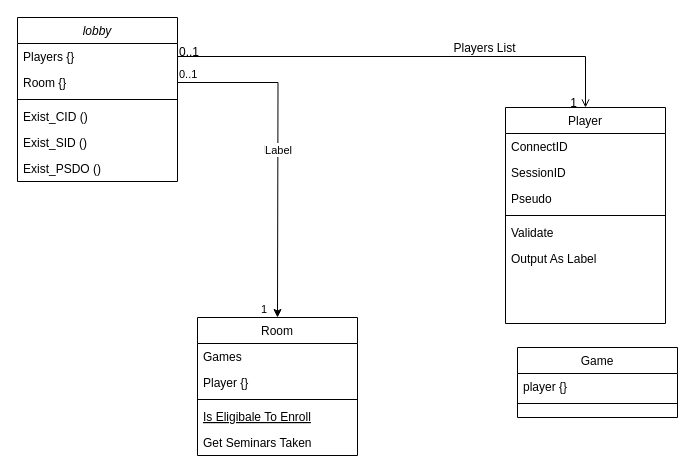
This is Untitled Diagram.drawio from Davonex/Century, a draw.io file, before an edit. Source tidied: cells renumbered, new cells numbered last; positions are measured from the earlier drawing's top-left corner, leaving out a move shared by most shapes. Both pictures are drawn from the tidied source at 100%, with x=0, y=0 at pixel (17, 17).
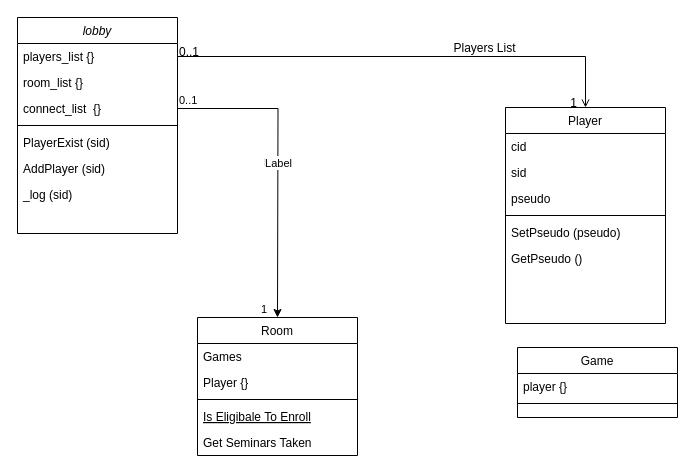
After the change.

Unchanged cells that the change refers to:
```xml
<mxCell id="18" value="Player" style="swimlane;fontStyle=0;align=center;verticalAlign=top;horizontal=1;startSize=26;rounded=0;shadow=0;strokeWidth=1;" parent="1" vertex="1">
  <mxGeometry x="488" y="90" width="160" height="216" as="geometry" />
</mxCell>
```

What changed in the source:
```diff
@@
     <mxCell id="2" value="lobby" style="swimlane;fontStyle=2;align=center;verticalAlign=top;horizontal=1;startSize=26;rounded=0;shadow=0;strokeWidth=1;" parent="1" vertex="1">
-      <mxGeometry width="160" height="164" as="geometry" />
+      <mxGeometry width="160" height="216" as="geometry" />
     </mxCell>
-    <mxCell id="3" value="Players {}" style="text;align=left;verticalAlign=top;spacingLeft=4;spacingRight=4;overflow=hidden;points=[[0,0.5],[1,0.5]];portConstraint=eastwest;" parent="2" vertex="1">
+    <mxCell id="3" value="players_list {}" style="text;align=left;verticalAlign=top;spacingLeft=4;spacingRight=4;overflow=hidden;points=[[0,0.5],[1,0.5]];portConstraint=eastwest;" parent="2" vertex="1">
       <mxGeometry y="26" width="160" height="26" as="geometry" />
     </mxCell>
+    <mxCell id="33" value="room_list {}" style="text;align=left;verticalAlign=top;spacingLeft=4;spacingRight=4;overflow=hidden;" parent="2" vertex="1">
+      <mxGeometry y="52" width="160" height="26" as="geometry" />
+    </mxCell>
-    <mxCell id="4" value="Room {}" style="text;align=left;verticalAlign=top;spacingLeft=4;spacingRight=4;overflow=hidden;points=[[0,0.5],[1,0.5]];portConstraint=eastwest;" parent="2" vertex="1">
-      <mxGeometry y="52" width="160" height="26" as="geometry" />
+    <mxCell id="4" value="connect_list  {}" style="text;align=left;verticalAlign=top;spacingLeft=4;spacingRight=4;overflow=hidden;points=[[0,0.5],[1,0.5]];portConstraint=eastwest;" parent="2" vertex="1">
+      <mxGeometry y="78" width="160" height="26" as="geometry" />
     </mxCell>
     <mxCell id="5" style="line;html=1;strokeWidth=1;align=left;verticalAlign=middle;spacingTop=-1;spacingLeft=3;spacingRight=3;labelPosition=right;" parent="2" vertex="1">
-      <mxGeometry y="78" width="160" height="8" as="geometry" />
+      <mxGeometry y="104" width="160" height="8" as="geometry" />
     </mxCell>
-    <mxCell id="6" value="Exist_CID ()" style="text;align=left;verticalAlign=top;spacingLeft=4;spacingRight=4;overflow=hidden;" parent="2" vertex="1">
-      <mxGeometry y="86" width="160" height="26" as="geometry" />
+    <mxCell id="6" value="PlayerExist (sid)" style="text;align=left;verticalAlign=top;spacingLeft=4;spacingRight=4;overflow=hidden;" parent="2" vertex="1">
+      <mxGeometry y="112" width="160" height="26" as="geometry" />
     </mxCell>
-    <mxCell id="7" value="Exist_SID ()" style="text;align=left;verticalAlign=top;spacingLeft=4;spacingRight=4;overflow=hidden;" parent="2" vertex="1">
-      <mxGeometry y="112" width="160" height="26" as="geometry" />
-    </mxCell>
-    <mxCell id="8" value="Exist_PSDO ()" style="text;align=left;verticalAlign=top;spacingLeft=4;spacingRight=4;overflow=hidden;" parent="2" vertex="1">
-      <mxGeometry y="138" width="160" height="26" as="geometry" />
-    </mxCell>
+    <mxCell id="34" value="AddPlayer (sid)" style="text;align=left;verticalAlign=top;spacingLeft=4;spacingRight=4;overflow=hidden;" parent="2" vertex="1">
+      <mxGeometry y="138" width="160" height="26" as="geometry" />
+    </mxCell>
+    <mxCell id="35" value="_log (sid)" style="text;align=left;verticalAlign=top;spacingLeft=4;spacingRight=4;overflow=hidden;" parent="2" vertex="1">
+      <mxGeometry y="164" width="160" height="26" as="geometry" />
+    </mxCell>
@@
-    <mxCell id="19" value="ConnectID" style="text;align=left;verticalAlign=top;spacingLeft=4;spacingRight=4;overflow=hidden;" parent="18" vertex="1">
+    <mxCell id="19" value="cid" style="text;align=left;verticalAlign=top;spacingLeft=4;spacingRight=4;overflow=hidden;" parent="18" vertex="1">
       <mxGeometry y="26" width="160" height="26" as="geometry" />
     </mxCell>
-    <mxCell id="20" value="SessionID" style="text;align=left;verticalAlign=top;spacingLeft=4;spacingRight=4;overflow=hidden;rounded=0;shadow=0;html=0;" parent="18" vertex="1">
+    <mxCell id="20" value="sid" style="text;align=left;verticalAlign=top;spacingLeft=4;spacingRight=4;overflow=hidden;rounded=0;shadow=0;html=0;" parent="18" vertex="1">
       <mxGeometry y="52" width="160" height="26" as="geometry" />
     </mxCell>
-    <mxCell id="21" value="Pseudo" style="text;align=left;verticalAlign=top;spacingLeft=4;spacingRight=4;overflow=hidden;rounded=0;shadow=0;html=0;" parent="18" vertex="1">
+    <mxCell id="21" value="pseudo" style="text;align=left;verticalAlign=top;spacingLeft=4;spacingRight=4;overflow=hidden;rounded=0;shadow=0;html=0;" parent="18" vertex="1">
       <mxGeometry y="78" width="160" height="26" as="geometry" />
     </mxCell>
@@
-    <mxCell id="23" value="Validate" style="text;align=left;verticalAlign=top;spacingLeft=4;spacingRight=4;overflow=hidden;" parent="18" vertex="1">
+    <mxCell id="23" value="SetPseudo (pseudo)" style="text;align=left;verticalAlign=top;spacingLeft=4;spacingRight=4;overflow=hidden;" parent="18" vertex="1">
       <mxGeometry y="112" width="160" height="26" as="geometry" />
     </mxCell>
-    <mxCell id="24" value="Output As Label" style="text;align=left;verticalAlign=top;spacingLeft=4;spacingRight=4;overflow=hidden;" parent="18" vertex="1">
+    <mxCell id="24" value="GetPseudo ()" style="text;align=left;verticalAlign=top;spacingLeft=4;spacingRight=4;overflow=hidden;" parent="18" vertex="1">
       <mxGeometry y="138" width="160" height="26" as="geometry" />
     </mxCell>
```
